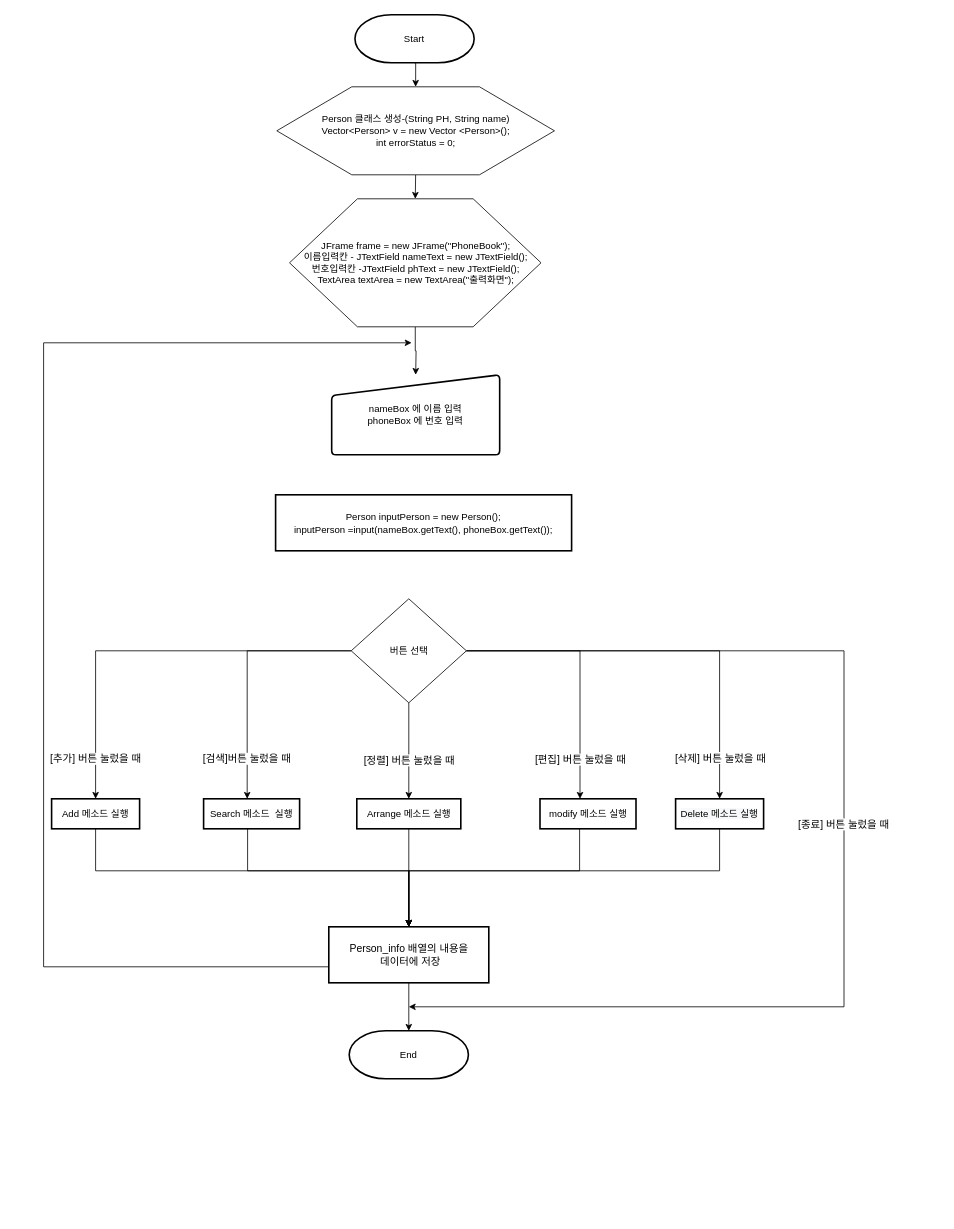
skatld123/PH_list_java keeps this draw.io diagram as 순서도/전화번호관리부 main 함수 순서도_Java.drawio. Above is the earlier version. Source tidied: cells renumbered, new cells numbered last; positions are measured from the earlier drawing's top-left corner, leaving out a move shared by most shapes. Both pictures are drawn from the tidied source at 80%, with x=0, y=0 at pixel (43, 14).
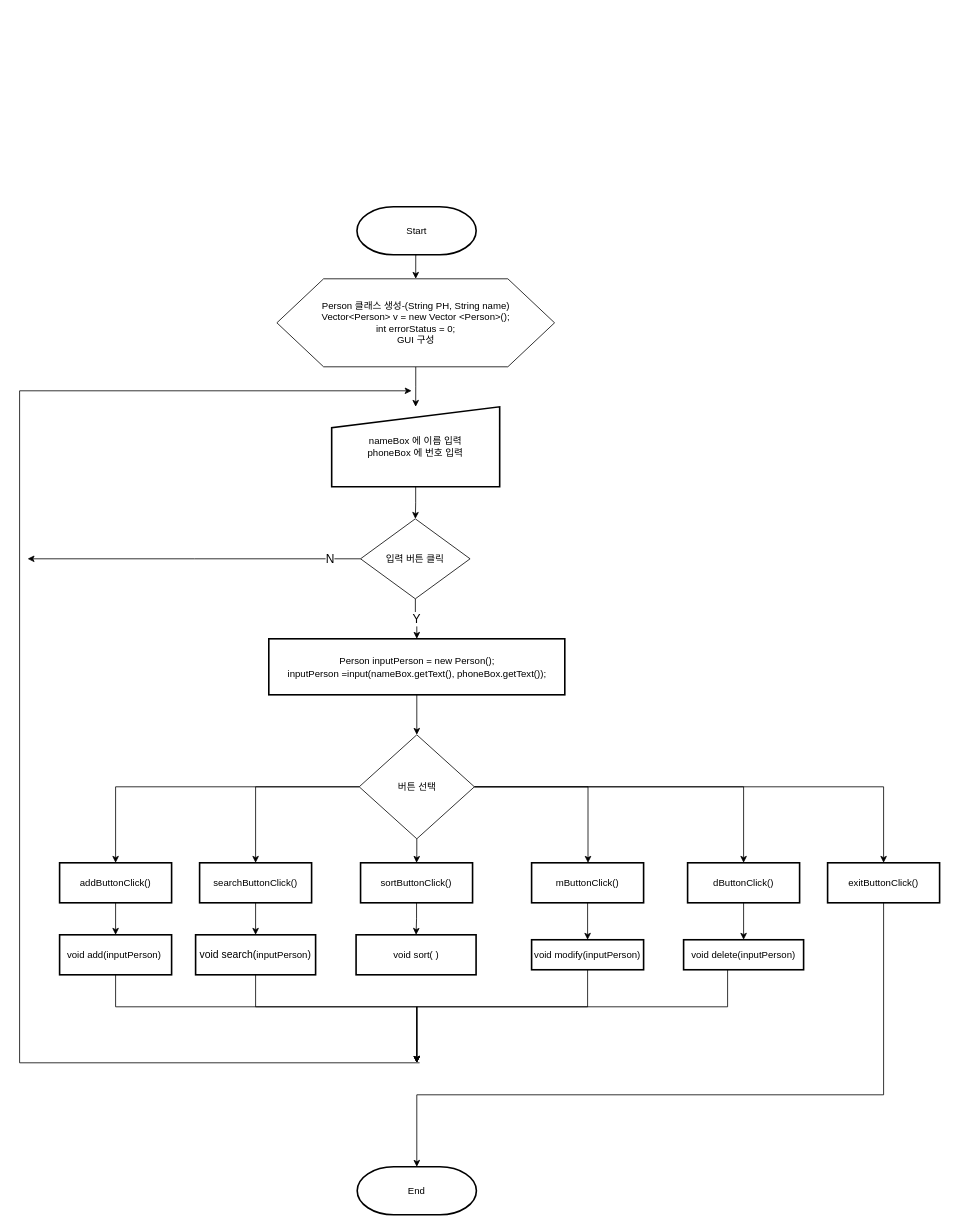
The same page after the edit.

Commit message:
전화번호관리부 main 함수 순서도_Java.drawio 업데이트

Change to the diagram source:
```diff
@@
-    <mxCell id="2" style="edgeStyle=orthogonalEdgeStyle;rounded=0;jettySize=auto;html=1;exitX=0.5;exitY=1;exitDx=0;exitDy=0;entryX=0.5;entryY=0;entryDx=0;entryDy=0;" parent="1" edge="1" source="33">
-      <mxGeometry relative="1" as="geometry">
-        <mxPoint x="465.1" y="450" as="targetPoint" />
-      </mxGeometry>
-    </mxCell>
@@
     <mxCell id="4" value="Start" style="strokeWidth=2;html=1;shape=mxgraph.flowchart.terminator;whiteSpace=wrap;" parent="1" vertex="1">
-      <mxGeometry x="389.2" width="149" height="60" as="geometry" />
+      <mxGeometry x="391.7" y="240" width="149" height="60" as="geometry" />
     </mxCell>
-    <mxCell id="5" style="edgeStyle=orthogonalEdgeStyle;rounded=0;jettySize=auto;html=1;exitX=0.5;exitY=1;exitDx=0;exitDy=0;entryX=0.5;entryY=0;entryDx=0;entryDy=0;" parent="1" edge="1" source="6" target="33">
-      <mxGeometry relative="1" as="geometry" />
-    </mxCell>
+    <mxCell id="35" style="edgeStyle=orthogonalEdgeStyle;rounded=0;jettySize=auto;html=1;fontSize=15;" parent="1" edge="1" source="6" target="32">
+      <mxGeometry relative="1" as="geometry" />
+    </mxCell>
-    <mxCell id="6" value="Person 클래스 생성-(String PH, String name)&lt;br&gt;Vector&amp;lt;Person&amp;gt; v = new Vector &amp;lt;Person&amp;gt;();&lt;br&gt;int errorStatus = 0;" style="verticalLabelPosition=middle;verticalAlign=middle;html=1;shape=hexagon;perimeter=hexagonPerimeter2;arcSize=6;size=0.27;labelPosition=center;align=center;" parent="1" vertex="1">
-      <mxGeometry x="291.5" y="90" width="347.1" height="110" as="geometry" />
+    <mxCell id="6" value="Person 클래스 생성-(String PH, String name)&lt;br&gt;Vector&amp;lt;Person&amp;gt; v = new Vector &amp;lt;Person&amp;gt;();&lt;br&gt;int errorStatus = 0;&lt;br&gt;GUI 구성" style="verticalLabelPosition=middle;verticalAlign=middle;html=1;shape=hexagon;perimeter=hexagonPerimeter2;arcSize=6;size=0.16828003457216897;labelPosition=center;align=center;" parent="1" vertex="1">
+      <mxGeometry x="291.6" y="330" width="347.1" height="110" as="geometry" />
     </mxCell>
-    <mxCell id="7" style="edgeStyle=orthogonalEdgeStyle;rounded=0;jettySize=auto;html=1;fontSize=13;exitX=1;exitY=0.5;exitDx=0;exitDy=0;" parent="1" edge="1" source="31">
-      <mxGeometry relative="1" as="geometry">
-        <mxPoint x="456.5" y="1240" as="targetPoint" />
-        <Array as="points">
-          <mxPoint x="1000.5" y="795" />
-          <mxPoint x="1000.5" y="1240" />
-        </Array>
-      </mxGeometry>
-    </mxCell>
-    <mxCell id="8" value="[종료] 버튼 눌렀을 때" style="edgeLabel;html=1;align=center;verticalAlign=middle;fontSize=13;" parent="7" vertex="1">
-      <mxGeometry x="-0.06" y="-1" relative="1" as="geometry">
-        <mxPoint y="1" as="offset" />
-      </mxGeometry>
-    </mxCell>
-    <mxCell id="9" style="edgeStyle=orthogonalEdgeStyle;rounded=0;jettySize=auto;html=1;fontSize=13;entryX=0.5;entryY=0;entryDx=0;entryDy=0;" parent="1" edge="1" source="10" target="21">
+    <mxCell id="9" style="edgeStyle=orthogonalEdgeStyle;rounded=0;jettySize=auto;html=1;fontSize=13;entryX=0.5;entryY=0;entryDx=0;entryDy=0;exitX=0.5;exitY=1;exitDx=0;exitDy=0;" parent="1" edge="1" source="10">
       <mxGeometry relative="1" as="geometry">
+        <mxPoint x="466.5" y="1310" as="targetPoint" />
         <Array as="points">
-          <mxPoint x="65" y="1070" />
-          <mxPoint x="457" y="1070" />
+          <mxPoint x="90" y="1240" />
+          <mxPoint x="467" y="1240" />
         </Array>
       </mxGeometry>
     </mxCell>
-    <mxCell id="10" value="Add 메소드 실행" style="rounded=1;whiteSpace=wrap;html=1;absoluteArcSize=1;arcSize=0;strokeWidth=2;" parent="1" vertex="1">
-      <mxGeometry x="10" y="980" width="110" height="37.5" as="geometry" />
+    <mxCell id="10" value="&lt;span style=&quot;text-align: left&quot;&gt;void add(inputPerson)&amp;nbsp;&lt;/span&gt;" style="rounded=1;whiteSpace=wrap;html=1;absoluteArcSize=1;arcSize=0;strokeWidth=2;" parent="1" vertex="1">
+      <mxGeometry x="20" y="1150" width="140" height="50" as="geometry" />
     </mxCell>
-    <mxCell id="11" style="edgeStyle=orthogonalEdgeStyle;rounded=0;jettySize=auto;html=1;entryX=0.5;entryY=0;entryDx=0;entryDy=0;fontSize=13;" parent="1" edge="1" source="12" target="21">
+    <mxCell id="11" style="edgeStyle=orthogonalEdgeStyle;rounded=0;jettySize=auto;html=1;entryX=0.5;entryY=0;entryDx=0;entryDy=0;fontSize=13;" parent="1" edge="1" source="12">
       <mxGeometry relative="1" as="geometry">
+        <mxPoint x="466.5" y="1310" as="targetPoint" />
         <Array as="points">
-          <mxPoint x="255" y="1070" />
-          <mxPoint x="457" y="1070" />
+          <mxPoint x="265" y="1240" />
+          <mxPoint x="467" y="1240" />
         </Array>
       </mxGeometry>
     </mxCell>
-    <mxCell id="12" value="Search 메소드&amp;nbsp;&amp;nbsp;실행" style="rounded=1;whiteSpace=wrap;html=1;absoluteArcSize=1;arcSize=0;strokeWidth=2;" parent="1" vertex="1">
-      <mxGeometry x="200" y="980" width="120" height="37.5" as="geometry" />
+    <mxCell id="12" value="&lt;span style=&quot;text-align: left&quot;&gt;&lt;span style=&quot;font-size: 13px&quot;&gt;void search(&lt;/span&gt;&lt;/span&gt;&lt;span style=&quot;text-align: left&quot;&gt;inputPerson&lt;/span&gt;&lt;span style=&quot;font-size: 13px ; text-align: left&quot;&gt;)&lt;/span&gt;" style="rounded=1;whiteSpace=wrap;html=1;absoluteArcSize=1;arcSize=0;strokeWidth=2;" parent="1" vertex="1">
+      <mxGeometry x="190" y="1150" width="150" height="50" as="geometry" />
     </mxCell>
-    <mxCell id="13" style="edgeStyle=orthogonalEdgeStyle;rounded=0;jettySize=auto;html=1;entryX=0.5;entryY=0;entryDx=0;entryDy=0;fontSize=13;" parent="1" edge="1" source="14" target="21">
+    <mxCell id="13" style="edgeStyle=orthogonalEdgeStyle;rounded=0;jettySize=auto;html=1;entryX=0.5;entryY=0;entryDx=0;entryDy=0;fontSize=13;" parent="1" edge="1" source="14">
       <mxGeometry relative="1" as="geometry">
+        <mxPoint x="466.5" y="1310" as="targetPoint" />
         <Array as="points">
-          <mxPoint x="670" y="1070" />
-          <mxPoint x="457" y="1070" />
+          <mxPoint x="680" y="1240" />
+          <mxPoint x="467" y="1240" />
         </Array>
       </mxGeometry>
     </mxCell>
-    <mxCell id="14" value="modify 메소드&amp;nbsp;실행" style="rounded=1;whiteSpace=wrap;html=1;absoluteArcSize=1;arcSize=0;strokeWidth=2;" parent="1" vertex="1">
-      <mxGeometry x="620.5" y="980" width="120" height="37.5" as="geometry" />
+    <mxCell id="14" value="&lt;span style=&quot;text-align: left&quot;&gt;void modify(inputPerson)&lt;/span&gt;" style="rounded=1;whiteSpace=wrap;html=1;absoluteArcSize=1;arcSize=0;strokeWidth=2;" parent="1" vertex="1">
+      <mxGeometry x="610" y="1156.2" width="140" height="37.5" as="geometry" />
     </mxCell>
-    <mxCell id="15" style="edgeStyle=orthogonalEdgeStyle;rounded=0;jettySize=auto;html=1;fontSize=13;entryX=0.5;entryY=0;entryDx=0;entryDy=0;" parent="1" edge="1" source="16" target="21">
+    <mxCell id="15" style="edgeStyle=orthogonalEdgeStyle;rounded=0;jettySize=auto;html=1;fontSize=13;entryX=0.5;entryY=0;entryDx=0;entryDy=0;" parent="1" edge="1" source="16">
       <mxGeometry relative="1" as="geometry">
+        <mxPoint x="466.5" y="1310" as="targetPoint" />
         <Array as="points">
-          <mxPoint x="845" y="1070" />
-          <mxPoint x="457" y="1070" />
+          <mxPoint x="855" y="1240" />
+          <mxPoint x="467" y="1240" />
         </Array>
       </mxGeometry>
     </mxCell>
-    <mxCell id="16" value="&lt;span style=&quot;color: rgb(0 , 0 , 0) ; font-family: &amp;#34;helvetica&amp;#34; ; font-size: 12px ; font-style: normal ; font-weight: 400 ; letter-spacing: normal ; text-align: center ; text-indent: 0px ; text-transform: none ; word-spacing: 0px ; background-color: rgb(248 , 249 , 250) ; display: inline ; float: none&quot;&gt;Delete&amp;nbsp;&lt;span style=&quot;font-family: &amp;#34;helvetica&amp;#34;&quot;&gt;메소드&amp;nbsp;&lt;/span&gt;실행&lt;/span&gt;" style="rounded=1;whiteSpace=wrap;html=1;absoluteArcSize=1;arcSize=0;strokeWidth=2;" parent="1" vertex="1">
-      <mxGeometry x="790" y="980" width="110" height="37.5" as="geometry" />
+    <mxCell id="16" value="&lt;font face=&quot;helvetica&quot;&gt;void delete(inputPerson)&lt;/font&gt;" style="rounded=1;whiteSpace=wrap;html=1;absoluteArcSize=1;arcSize=0;strokeWidth=2;" parent="1" vertex="1">
+      <mxGeometry x="800" y="1156.2" width="150" height="37.5" as="geometry" />
     </mxCell>
-    <mxCell id="17" style="edgeStyle=orthogonalEdgeStyle;rounded=0;jettySize=auto;html=1;entryX=0.5;entryY=0;entryDx=0;entryDy=0;fontSize=13;" parent="1" edge="1" source="18" target="21">
-      <mxGeometry relative="1" as="geometry" />
-    </mxCell>
-    <mxCell id="18" value="&lt;span&gt;Arrange&amp;nbsp;&lt;/span&gt;메소드&amp;nbsp;실행" style="rounded=1;whiteSpace=wrap;html=1;absoluteArcSize=1;arcSize=0;strokeWidth=2;" parent="1" vertex="1">
-      <mxGeometry x="391.5" y="980" width="130" height="37.5" as="geometry" />
-    </mxCell>
-    <mxCell id="19" style="edgeStyle=orthogonalEdgeStyle;rounded=0;jettySize=auto;html=1;entryX=0.5;entryY=0;entryDx=0;entryDy=0;entryPerimeter=0;fontSize=13;" parent="1" edge="1" source="21" target="22">
-      <mxGeometry relative="1" as="geometry" />
-    </mxCell>
-    <mxCell id="20" style="edgeStyle=orthogonalEdgeStyle;rounded=0;jettySize=auto;html=1;exitX=0;exitY=0.5;exitDx=0;exitDy=0;fontSize=13;" parent="1" edge="1" source="21">
+    <mxCell id="20" style="edgeStyle=orthogonalEdgeStyle;rounded=0;orthogonalLoop=1;jettySize=auto;html=1;fontSize=13;" parent="1" edge="1">
       <mxGeometry relative="1" as="geometry">
-        <mxPoint x="460" y="410" as="targetPoint" />
+        <mxPoint x="470" y="1310" as="sourcePoint" />
+        <mxPoint x="460" y="470" as="targetPoint" />
         <Array as="points">
-          <mxPoint x="357" y="1190" />
-          <mxPoint y="1190" />
-          <mxPoint y="410" />
+          <mxPoint x="-30" y="1310" />
+          <mxPoint x="-30" y="470" />
+          <mxPoint x="460" y="470" />
         </Array>
       </mxGeometry>
     </mxCell>
-    <mxCell id="21" value="Person_info 배열의 내용을&lt;br&gt;&amp;nbsp;데이터에 저장" style="rounded=1;whiteSpace=wrap;html=1;absoluteArcSize=1;arcSize=0;strokeWidth=2;fontSize=13;" parent="1" vertex="1">
-      <mxGeometry x="356.5" y="1140" width="200" height="70" as="geometry" />
-    </mxCell>
     <mxCell id="22" value="End" style="strokeWidth=2;html=1;shape=mxgraph.flowchart.terminator;whiteSpace=wrap;" parent="1" vertex="1">
-      <mxGeometry x="382" y="1270" width="149" height="60" as="geometry" />
+      <mxGeometry x="392" y="1440" width="149" height="60" as="geometry" />
     </mxCell>
-    <mxCell id="23" value="&lt;span&gt;[추가] 버튼 눌렀을 때&lt;/span&gt;" style="edgeStyle=orthogonalEdgeStyle;rounded=0;jettySize=auto;html=1;fontSize=13;" parent="1" edge="1" source="31" target="10">
+    <mxCell id="23" style="edgeStyle=orthogonalEdgeStyle;rounded=0;jettySize=auto;html=1;fontSize=13;" parent="1" edge="1" source="43" target="10">
       <mxGeometry x="0.8" relative="1" as="geometry" />
     </mxCell>
-    <mxCell id="24" value="&lt;span&gt;[검색]버튼 눌렀을 때&lt;/span&gt;" style="edgeStyle=orthogonalEdgeStyle;rounded=0;jettySize=auto;html=1;fontSize=13;entryX=0.454;entryY=0;entryDx=0;entryDy=0;entryPerimeter=0;" parent="1" edge="1" source="31" target="12">
+    <mxCell id="24" style="edgeStyle=orthogonalEdgeStyle;rounded=0;jettySize=auto;html=1;fontSize=13;entryX=0.5;entryY=0;entryDx=0;entryDy=0;" parent="1" edge="1" source="47" target="12">
       <mxGeometry x="0.68" relative="1" as="geometry" />
     </mxCell>
-    <mxCell id="25" style="edgeStyle=orthogonalEdgeStyle;rounded=0;jettySize=auto;html=1;entryX=0.5;entryY=0;entryDx=0;entryDy=0;fontSize=13;" parent="1" edge="1" source="31" target="18">
+    <mxCell id="25" style="edgeStyle=orthogonalEdgeStyle;rounded=0;jettySize=auto;html=1;fontSize=13;entryX=0.5;entryY=0;entryDx=0;entryDy=0;" parent="1" edge="1" source="45" target="39">
       <mxGeometry relative="1" as="geometry" />
     </mxCell>
-    <mxCell id="26" value="&lt;span&gt;[정렬] 버튼 눌렀을 때&lt;/span&gt;" style="edgeLabel;html=1;align=center;verticalAlign=middle;fontSize=13;" parent="25" vertex="1">
-      <mxGeometry x="0.18" relative="1" as="geometry" />
-    </mxCell>
-    <mxCell id="27" style="edgeStyle=orthogonalEdgeStyle;rounded=0;jettySize=auto;html=1;fontSize=13;" parent="1" edge="1" source="31" target="14">
-      <mxGeometry relative="1" as="geometry">
-        <Array as="points">
-          <mxPoint x="670.5" y="795" />
-        </Array>
-      </mxGeometry>
+    <mxCell id="27" style="edgeStyle=orthogonalEdgeStyle;rounded=0;jettySize=auto;html=1;fontSize=13;" parent="1" edge="1" source="49" target="14">
+      <mxGeometry relative="1" as="geometry" />
     </mxCell>
-    <mxCell id="28" value="&lt;span&gt;[편집] 버튼 눌렀을 때&lt;/span&gt;" style="edgeLabel;html=1;align=center;verticalAlign=middle;fontSize=13;" parent="27" vertex="1">
-      <mxGeometry x="0.75" y="-1" relative="1" as="geometry">
-        <mxPoint x="0.5" y="-9" as="offset" />
-      </mxGeometry>
-    </mxCell>
-    <mxCell id="29" style="edgeStyle=orthogonalEdgeStyle;rounded=0;jettySize=auto;html=1;fontSize=13;" parent="1" edge="1" source="31" target="16">
+    <mxCell id="29" style="edgeStyle=orthogonalEdgeStyle;rounded=0;jettySize=auto;html=1;fontSize=13;" parent="1" edge="1" source="51" target="16">
       <mxGeometry relative="1" as="geometry" />
     </mxCell>
-    <mxCell id="30" value="&lt;span&gt;[삭제] 버튼 눌렀을 때&lt;/span&gt;" style="edgeLabel;html=1;align=center;verticalAlign=middle;fontSize=13;" parent="29" vertex="1">
-      <mxGeometry x="0.84" relative="1" as="geometry">
-        <mxPoint y="-11.5" as="offset" />
-      </mxGeometry>
-    </mxCell>
+    <mxCell id="36" style="edgeStyle=orthogonalEdgeStyle;rounded=0;jettySize=auto;html=1;entryX=0.5;entryY=0;entryDx=0;entryDy=0;fontSize=15;" parent="1" edge="1" source="31" target="54">
+      <mxGeometry relative="1" as="geometry" />
+    </mxCell>
     <mxCell id="31" value="버튼 선택" style="rhombus;whiteSpace=wrap;html=1;" parent="1" vertex="1">
-      <mxGeometry x="384.5" y="730" width="144" height="130" as="geometry" />
+      <mxGeometry x="394.5" y="900" width="144" height="130" as="geometry" />
     </mxCell>
+    <mxCell id="37" style="edgeStyle=orthogonalEdgeStyle;rounded=0;jettySize=auto;html=1;fontSize=15;" parent="1" edge="1" source="32" target="42">
+      <mxGeometry relative="1" as="geometry" />
+    </mxCell>
-    <mxCell id="32" value="&lt;span style=&quot;font-size: 12px&quot;&gt;nameBox 에 이름 입력&lt;br style=&quot;font-size: 12px&quot;&gt;phoneBox 에 번호 입력&lt;br style=&quot;font-size: 12px&quot;&gt;&lt;/span&gt;" style="html=1;strokeWidth=2;shape=manualInput;whiteSpace=wrap;rounded=1;size=26;arcSize=11;fontSize=12;" parent="1" vertex="1">
-      <mxGeometry x="360.1" y="450" width="210" height="100" as="geometry" />
+    <mxCell id="32" value="&lt;span style=&quot;font-size: 12px&quot;&gt;nameBox 에 이름 입력&lt;br style=&quot;font-size: 12px&quot;&gt;phoneBox 에 번호 입력&lt;br style=&quot;font-size: 12px&quot;&gt;&lt;/span&gt;" style="html=1;strokeWidth=2;shape=manualInput;whiteSpace=wrap;rounded=1;size=26;arcSize=0;fontSize=12;" parent="1" vertex="1">
+      <mxGeometry x="360.1" y="490" width="210" height="100" as="geometry" />
     </mxCell>
-    <mxCell id="33" value="JFrame frame = new JFrame(&quot;PhoneBook&quot;);&lt;br&gt;이름입력칸 - JTextField nameText = new JTextField();&lt;br&gt;번호입력칸 -JTextField phText = new JTextField();&lt;br&gt;TextArea textArea = new TextArea(&quot;출력화면&quot;);" style="verticalLabelPosition=middle;verticalAlign=middle;html=1;shape=hexagon;perimeter=hexagonPerimeter2;arcSize=6;size=0.27;labelPosition=center;align=center;" parent="1" vertex="1">
-      <mxGeometry x="307.4" y="230" width="314.4" height="160" as="geometry" />
-    </mxCell>
+    <mxCell id="38" style="edgeStyle=orthogonalEdgeStyle;rounded=0;jettySize=auto;html=1;fontSize=15;" parent="1" edge="1" source="34" target="31">
+      <mxGeometry relative="1" as="geometry" />
+    </mxCell>
     <mxCell id="34" value="&lt;span style=&quot;font-size: 12px&quot;&gt;Person inputPerson = new Person();&lt;br&gt;&lt;/span&gt;&lt;span style=&quot;font-size: 12px&quot;&gt;inputPerson&amp;nbsp;&lt;/span&gt;&lt;span style=&quot;font-size: 12px&quot;&gt;=input(nameBox.getText(), phoneBox.getText());&lt;/span&gt;" style="rounded=1;whiteSpace=wrap;html=1;absoluteArcSize=1;arcSize=0;strokeWidth=2;fontSize=13;" parent="1" vertex="1">
-      <mxGeometry x="290" y="600" width="370" height="70" as="geometry" />
+      <mxGeometry x="281.5" y="780" width="370" height="70" as="geometry" />
     </mxCell>
+    <mxCell id="39" value="&lt;span style=&quot;text-align: left&quot;&gt;void&amp;nbsp;&lt;/span&gt;&lt;span style=&quot;text-align: left&quot;&gt;sort&lt;/span&gt;&lt;span style=&quot;text-align: left&quot;&gt;( )&lt;/span&gt;" style="rounded=1;whiteSpace=wrap;html=1;absoluteArcSize=1;arcSize=0;strokeWidth=2;" parent="1" vertex="1">
+      <mxGeometry x="390.6" y="1150" width="150" height="50" as="geometry" />
+    </mxCell>
+    <mxCell id="40" value="Y" style="edgeStyle=orthogonalEdgeStyle;rounded=0;jettySize=auto;html=1;fontSize=15;" parent="1" edge="1" source="42" target="34">
+      <mxGeometry relative="1" as="geometry" />
+    </mxCell>
+    <mxCell id="41" value="N" style="edgeStyle=orthogonalEdgeStyle;rounded=0;jettySize=auto;html=1;fontSize=15;" parent="1" edge="1" source="42">
+      <mxGeometry x="-0.82" relative="1" as="geometry">
+        <mxPoint x="-20" y="680" as="targetPoint" />
+      </mxGeometry>
+    </mxCell>
+    <mxCell id="42" value="입력 버튼 클릭" style="rhombus;whiteSpace=wrap;html=1;" parent="1" vertex="1">
+      <mxGeometry x="396.2" y="630" width="136.9" height="100" as="geometry" />
+    </mxCell>
+    <mxCell id="43" value="&lt;span style=&quot;text-align: left&quot;&gt;addButtonClick()&lt;/span&gt;" style="rounded=1;whiteSpace=wrap;html=1;absoluteArcSize=1;arcSize=0;strokeWidth=2;" parent="1" vertex="1">
+      <mxGeometry x="20" y="1060" width="140" height="50" as="geometry" />
+    </mxCell>
+    <mxCell id="44" style="edgeStyle=orthogonalEdgeStyle;rounded=0;jettySize=auto;html=1;fontSize=13;" parent="1" edge="1" source="31" target="43">
+      <mxGeometry x="0.8" relative="1" as="geometry" />
+    </mxCell>
+    <mxCell id="45" value="&lt;span style=&quot;text-align: left&quot;&gt;sortButtonClick()&lt;/span&gt;" style="rounded=1;whiteSpace=wrap;html=1;absoluteArcSize=1;arcSize=0;strokeWidth=2;" parent="1" vertex="1">
+      <mxGeometry x="396.2" y="1060" width="140" height="50" as="geometry" />
+    </mxCell>
+    <mxCell id="46" style="edgeStyle=orthogonalEdgeStyle;rounded=0;jettySize=auto;html=1;fontSize=13;entryX=0.5;entryY=0;entryDx=0;entryDy=0;" parent="1" edge="1" source="31" target="45">
+      <mxGeometry relative="1" as="geometry" />
+    </mxCell>
+    <mxCell id="47" value="&lt;span style=&quot;text-align: left&quot;&gt;searchButtonClick()&lt;/span&gt;" style="rounded=1;whiteSpace=wrap;html=1;absoluteArcSize=1;arcSize=0;strokeWidth=2;" parent="1" vertex="1">
+      <mxGeometry x="195" y="1060" width="140" height="50" as="geometry" />
+    </mxCell>
+    <mxCell id="48" style="edgeStyle=orthogonalEdgeStyle;rounded=0;jettySize=auto;html=1;fontSize=13;entryX=0.5;entryY=0;entryDx=0;entryDy=0;" parent="1" edge="1" source="31" target="47">
+      <mxGeometry x="0.68" relative="1" as="geometry" />
+    </mxCell>
+    <mxCell id="49" value="&lt;span style=&quot;text-align: left&quot;&gt;mButtonClick()&lt;/span&gt;" style="rounded=1;whiteSpace=wrap;html=1;absoluteArcSize=1;arcSize=0;strokeWidth=2;" parent="1" vertex="1">
+      <mxGeometry x="610" y="1060" width="140" height="50" as="geometry" />
+    </mxCell>
+    <mxCell id="50" style="edgeStyle=orthogonalEdgeStyle;rounded=0;jettySize=auto;html=1;fontSize=13;" parent="1" edge="1" source="31" target="49">
+      <mxGeometry relative="1" as="geometry">
+        <Array as="points">
+          <mxPoint x="680.5" y="965" />
+        </Array>
+      </mxGeometry>
+    </mxCell>
+    <mxCell id="51" value="&lt;span style=&quot;text-align: left&quot;&gt;dButtonClick()&lt;/span&gt;" style="rounded=1;whiteSpace=wrap;html=1;absoluteArcSize=1;arcSize=0;strokeWidth=2;" parent="1" vertex="1">
+      <mxGeometry x="805" y="1060" width="140" height="50" as="geometry" />
+    </mxCell>
+    <mxCell id="52" style="edgeStyle=orthogonalEdgeStyle;rounded=0;jettySize=auto;html=1;fontSize=13;" parent="1" edge="1" source="31" target="51">
+      <mxGeometry relative="1" as="geometry" />
+    </mxCell>
+    <mxCell id="53" style="edgeStyle=orthogonalEdgeStyle;rounded=0;jettySize=auto;html=1;entryX=0.5;entryY=0;entryDx=0;entryDy=0;entryPerimeter=0;fontSize=15;" parent="1" edge="1" source="54" target="22">
+      <mxGeometry relative="1" as="geometry">
+        <Array as="points">
+          <mxPoint x="1050" y="1350" />
+          <mxPoint x="467" y="1350" />
+        </Array>
+      </mxGeometry>
+    </mxCell>
+    <mxCell id="54" value="&lt;span style=&quot;text-align: left&quot;&gt;exitButtonClick()&lt;/span&gt;" style="rounded=1;whiteSpace=wrap;html=1;absoluteArcSize=1;arcSize=0;strokeWidth=2;" parent="1" vertex="1">
+      <mxGeometry x="980" y="1060" width="140" height="50" as="geometry" />
+    </mxCell>
```
